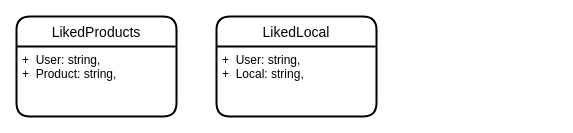
The draw.io diagram page "Likes" (6 of 7) of Documentation/Database.drawio in VictorVMHC/Located.API, before the edit. Source tidied: cells renumbered, new cells numbered last; positions are measured from the earlier drawing's top-left corner, leaving out a move shared by most shapes. Both pictures are drawn from the tidied source at 100%, with x=0, y=0 at pixel (16, 16).
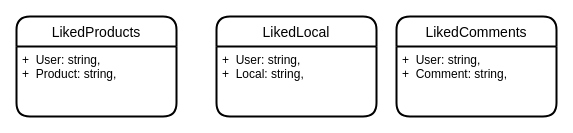
The same diagram, later.

Diff of the diagram source:
```diff
@@
 <mxGraphModel>
   <root>
     <mxCell id="0" />
     <mxCell id="1" parent="0" />
     <mxCell id="2" value="LikedProducts" style="swimlane;horizontal=1;startSize=30;rounded=1;fontSize=14;fontStyle=0;strokeWidth=2;shadow=0;dashed=0;align=center;" parent="1" vertex="1">
       <mxGeometry width="160" height="100" as="geometry" />
     </mxCell>
     <mxCell id="3" value="+  User: string,&#10;+  Product: string," style="align=left;strokeColor=none;fillColor=none;spacingLeft=4;fontSize=12;verticalAlign=top;" parent="2" vertex="1">
       <mxGeometry y="30" width="160" height="70" as="geometry" />
     </mxCell>
     <mxCell id="4" value="LikedLocal" style="swimlane;horizontal=1;startSize=30;rounded=1;fontSize=14;fontStyle=0;strokeWidth=2;shadow=0;dashed=0;align=center;" parent="1" vertex="1">
       <mxGeometry x="200" width="160" height="100" as="geometry" />
     </mxCell>
     <mxCell id="5" value="+  User: string,&#10;+  Local: string," style="align=left;strokeColor=none;fillColor=none;spacingLeft=4;fontSize=12;verticalAlign=top;" parent="4" vertex="1">
       <mxGeometry y="30" width="160" height="70" as="geometry" />
     </mxCell>
+    <mxCell id="6" value="LikedComments" style="swimlane;horizontal=1;startSize=30;rounded=1;fontSize=14;fontStyle=0;strokeWidth=2;shadow=0;dashed=0;align=center;" parent="1" vertex="1">
+      <mxGeometry x="380" width="160" height="100" as="geometry" />
+    </mxCell>
+    <mxCell id="7" value="+  User: string,&#10;+  Comment: string," style="align=left;strokeColor=none;fillColor=none;spacingLeft=4;fontSize=12;verticalAlign=top;" parent="6" vertex="1">
+      <mxGeometry y="30" width="160" height="70" as="geometry" />
+    </mxCell>
   </root>
 </mxGraphModel>
```
